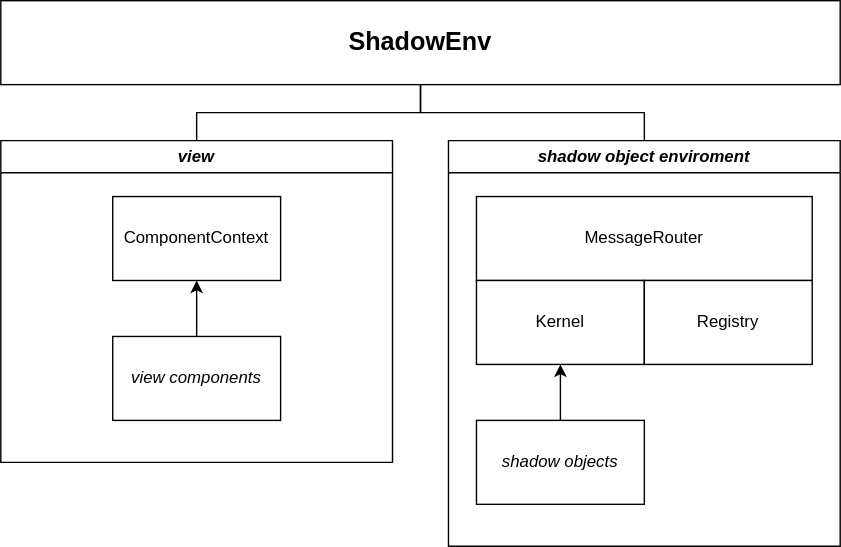
Before: packages/shadow-objects/src/view/ShadowEnv.drawio.svg, a diagram exported from draw.io (spearwolf/shadow-objects). Source tidied: cells renumbered, new cells last; positions are measured from the earlier drawing's top-left corner, leaving out a move shared by most shapes.
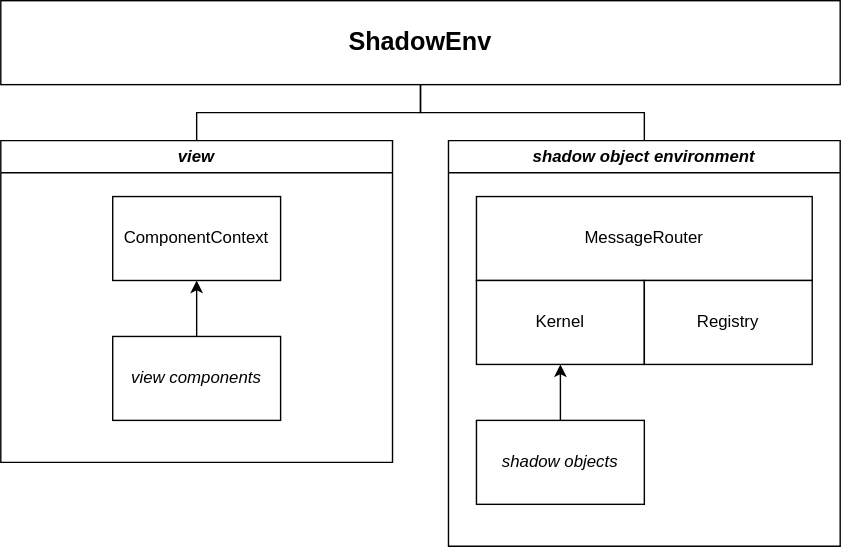
After the change.

Commit message:
docs: the api reference, the readme and the environment diagram describe today's code

Diff of the diagram source:
```diff
@@ -23,7 +23,7 @@
     <mxCell id="8" style="edgeStyle=orthogonalEdgeStyle;rounded=0;jettySize=auto;html=1;entryX=0.5;entryY=1;entryDx=0;entryDy=0;strokeColor=default;endArrow=none;endFill=0;" parent="1" edge="1" source="9" target="2">
       <mxGeometry relative="1" as="geometry" />
     </mxCell>
-    <mxCell id="9" value="&lt;i&gt;shadow object&amp;nbsp;enviroment&lt;/i&gt;" style="swimlane;whiteSpace=wrap;html=1;" parent="1" vertex="1">
+    <mxCell id="9" value="&lt;i&gt;shadow object&amp;nbsp;environment&lt;/i&gt;" style="swimlane;whiteSpace=wrap;html=1;" parent="1" vertex="1">
       <mxGeometry x="320" y="100" width="280" height="290" as="geometry" />
     </mxCell>
     <mxCell id="10" value="MessageRouter" style="rounded=0;whiteSpace=wrap;html=1;" parent="9" vertex="1">
```
